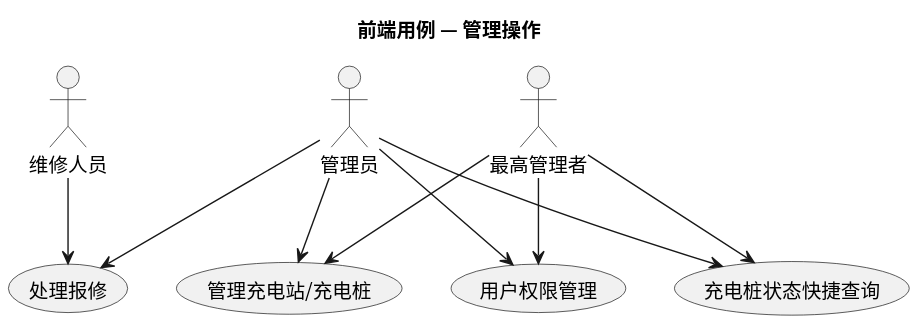
The PlantUML diagram usecase/docs/frontend/img/frontend_admin_usecases.svg in greenhandzdl/charging-station-doc, before a commit.
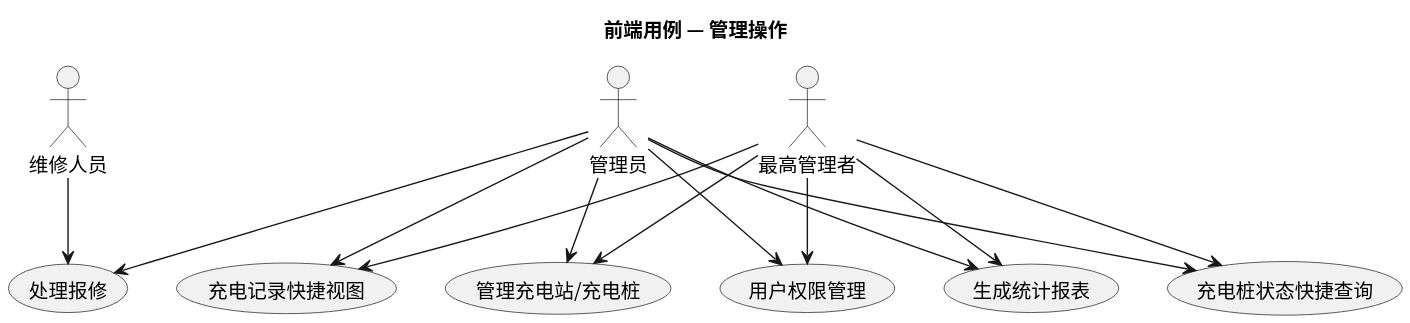
After the change.

What changed in the source:
```diff
@@ -11,14 +11,20 @@
 usecase "处理报修" as HR
 usecase "管理充电站/充电桩" as MM
 usecase "用户权限管理" as PM
+usecase "生成统计报表" as GS
 usecase "充电桩状态快捷查询" as QC
+usecase "充电记录快捷视图" as QV
 
 A --> HR
 A --> MM
 A --> PM
+A --> GS
 A --> QC
+A --> QV
 M --> HR
 SA --> MM
 SA --> PM
+SA --> GS
 SA --> QC
+SA --> QV
 @enduml
```
